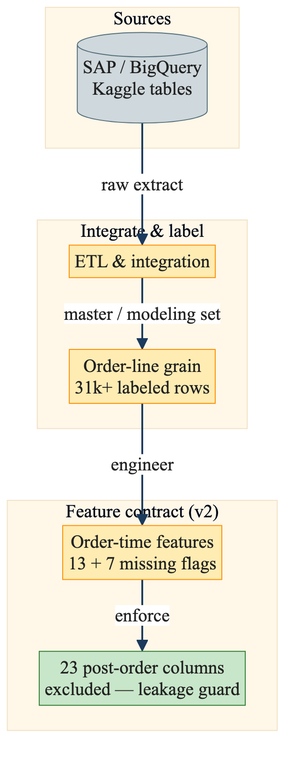
Before: poster/diagrams/01_data_and_features.png, a diagram exported from Mermaid (cruzaddy91/DATA-470_DSCapstone). Its source is kept beside it as poster/diagrams/01_data_and_features.mmd.
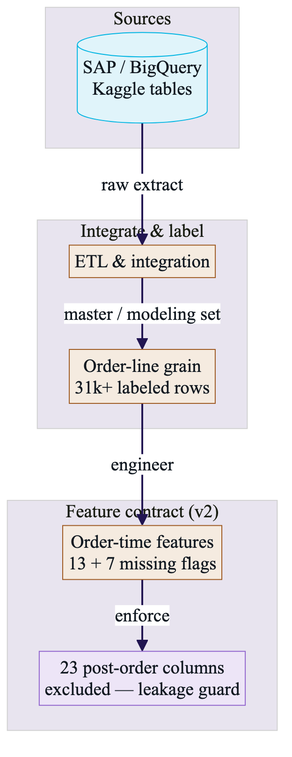
Later version of the same file.

Change to the diagram source:
```diff
@@ -19,9 +19,9 @@
   GRAIN -->|engineer| FEAT
   FEAT -->|enforce| DROP
 
-  classDef source fill:#cfd8dc,stroke:#546e7a,color:#212121
-  classDef pipeline fill:#ffecb3,stroke:#ff8f00,color:#212121
-  classDef process fill:#c8e6c9,stroke:#2e7d32,color:#212121
+  classDef source fill:#E0F4FA,stroke:#00B5E2,color:#101820
+  classDef pipeline fill:#F5EBE0,stroke:#9D581F,color:#101820
+  classDef process fill:#EDE5F7,stroke:#9063CD,color:#101820
 
   class SRC source
   class ETL,GRAIN,FEAT pipeline
```
